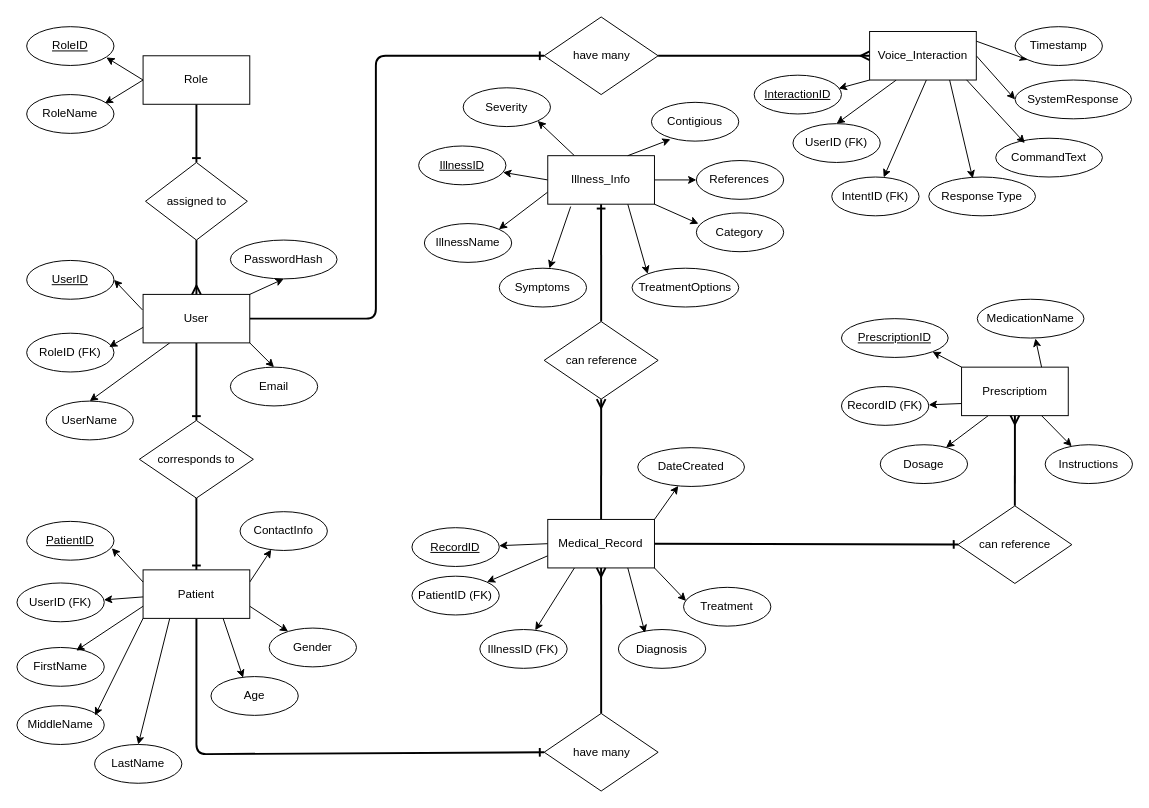
Earlier version of the draw.io diagram MediHelp/src/entity-relationship-diagram/medihelp.drawio (BlueXhima/MediHelp). Source tidied: cells renumbered, new cells numbered last; positions are measured from the earlier drawing's top-left corner, leaving out a move shared by most shapes. Both pictures are drawn from the tidied source at 97%, with x=0, y=0 at pixel (16, 16).
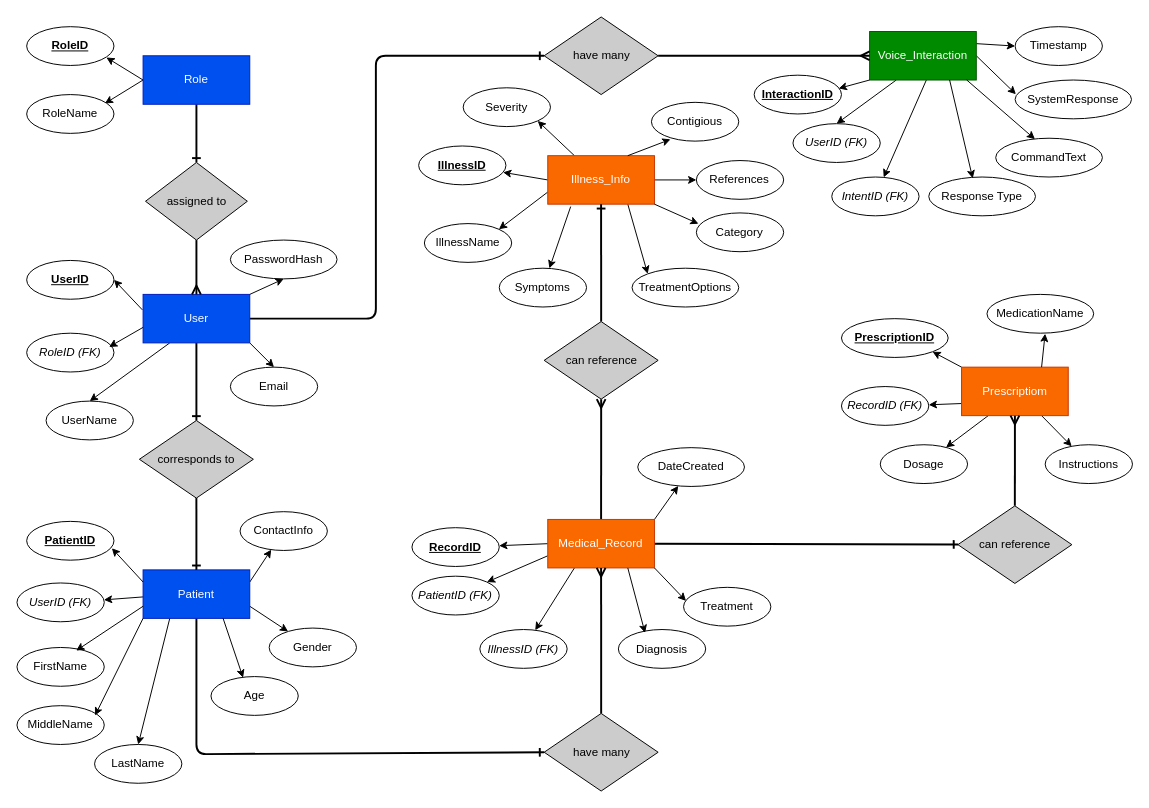
The same page after the edit.

Commit message (it also covers changes not shown here):
Adding colors for Entity Attributes and Relationship

Pa-check kung oks lang yung colors. Tas pacheck narin system if may nagkaligtaan tayong entities at attributes na ilagay.

Unchanged cells that the change refers to:
```xml
<mxCell id="91" value="CommandText" style="ellipse;whiteSpace=wrap;html=1;align=center;" parent="1" vertex="1">
  <mxGeometry x="1009" y="125" width="110" height="40" as="geometry" />
</mxCell>
<mxCell id="92" value="SystemResponse" style="ellipse;whiteSpace=wrap;html=1;align=center;" parent="1" vertex="1">
  <mxGeometry x="1029" y="65" width="120" height="40" as="geometry" />
</mxCell>
<mxCell id="93" value="Timestamp" style="ellipse;whiteSpace=wrap;html=1;align=center;" parent="1" vertex="1">
  <mxGeometry x="1029" y="10" width="90" height="40" as="geometry" />
</mxCell>
```

The edit, as a diff of the source:
```diff
@@
-    <mxCell id="4" value="Role" style="rounded=0;whiteSpace=wrap;html=1;fontFamily=Helvetica;" parent="1" vertex="1">
+    <mxCell id="4" value="Role" style="rounded=0;whiteSpace=wrap;html=1;fontFamily=Helvetica;fillColor=#0050ef;strokeColor=#001DBC;fontColor=#ffffff;" parent="1" vertex="1">
       <mxGeometry x="130" y="40" width="110" height="50" as="geometry" />
     </mxCell>
-    <mxCell id="5" value="&lt;u&gt;RoleID&lt;/u&gt;" style="ellipse;whiteSpace=wrap;html=1;" parent="1" vertex="1">
+    <mxCell id="5" value="&lt;u&gt;RoleID&lt;/u&gt;" style="ellipse;whiteSpace=wrap;html=1;fontStyle=1;" parent="1" vertex="1">
       <mxGeometry x="10" y="10" width="90" height="40" as="geometry" />
     </mxCell>
@@
-    <mxCell id="13" value="User" style="rounded=0;whiteSpace=wrap;html=1;fontFamily=Helvetica;" parent="1" vertex="1">
+    <mxCell id="13" value="User" style="rounded=0;whiteSpace=wrap;html=1;fontFamily=Helvetica;fillColor=#0050ef;fontColor=#ffffff;strokeColor=#001DBC;" parent="1" vertex="1">
       <mxGeometry x="130" y="286" width="110" height="50" as="geometry" />
     </mxCell>
-    <mxCell id="14" value="&lt;u&gt;UserID&lt;/u&gt;" style="ellipse;whiteSpace=wrap;html=1;" parent="1" vertex="1">
+    <mxCell id="14" value="&lt;u&gt;UserID&lt;/u&gt;" style="ellipse;whiteSpace=wrap;html=1;fontStyle=1;" parent="1" vertex="1">
       <mxGeometry x="10" y="251" width="90" height="40" as="geometry" />
     </mxCell>
@@
-    <mxCell id="18" value="RoleID (FK)" style="ellipse;whiteSpace=wrap;html=1;" parent="1" vertex="1">
+    <mxCell id="18" value="RoleID (FK)" style="ellipse;whiteSpace=wrap;html=1;fontStyle=2;" parent="1" vertex="1">
       <mxGeometry x="10" y="326" width="90" height="40" as="geometry" />
     </mxCell>
@@
-    <mxCell id="24" value="Patient" style="rounded=0;whiteSpace=wrap;html=1;fontFamily=Helvetica;" parent="1" vertex="1">
+    <mxCell id="24" value="Patient" style="rounded=0;whiteSpace=wrap;html=1;fontFamily=Helvetica;fillColor=#0050ef;fontColor=#ffffff;strokeColor=#001DBC;" parent="1" vertex="1">
       <mxGeometry x="130" y="570" width="110" height="50" as="geometry" />
     </mxCell>
-    <mxCell id="25" value="&lt;u&gt;PatientID&lt;/u&gt;" style="ellipse;whiteSpace=wrap;html=1;" parent="1" vertex="1">
+    <mxCell id="25" value="&lt;u&gt;PatientID&lt;/u&gt;" style="ellipse;whiteSpace=wrap;html=1;fontStyle=1;" parent="1" vertex="1">
       <mxGeometry x="10" y="520" width="90" height="40" as="geometry" />
     </mxCell>
-    <mxCell id="26" value="UserID (FK)" style="ellipse;whiteSpace=wrap;html=1;" parent="1" vertex="1">
+    <mxCell id="26" value="UserID (FK)" style="ellipse;whiteSpace=wrap;html=1;fontStyle=2;" parent="1" vertex="1">
       <mxGeometry y="583.5" width="90" height="40" as="geometry" />
     </mxCell>
@@
-    <mxCell id="37" value="Medical_Record" style="rounded=0;whiteSpace=wrap;html=1;fontFamily=Helvetica;" parent="1" vertex="1">
+    <mxCell id="37" value="Medical_Record" style="rounded=0;whiteSpace=wrap;html=1;fontFamily=Helvetica;fillColor=#fa6800;fontColor=#FFFFFF;strokeColor=#C73500;" parent="1" vertex="1">
       <mxGeometry x="547.2" y="518" width="110" height="50" as="geometry" />
     </mxCell>
-    <mxCell id="38" value="&lt;u&gt;RecordID&lt;/u&gt;" style="ellipse;whiteSpace=wrap;html=1;" parent="1" vertex="1">
+    <mxCell id="38" value="&lt;u&gt;RecordID&lt;/u&gt;" style="ellipse;whiteSpace=wrap;html=1;fontStyle=1;" parent="1" vertex="1">
       <mxGeometry x="407.2" y="526.5" width="90" height="40" as="geometry" />
     </mxCell>
-    <mxCell id="39" value="PatientID (FK)" style="ellipse;whiteSpace=wrap;html=1;" parent="1" vertex="1">
+    <mxCell id="39" value="PatientID (FK)" style="ellipse;whiteSpace=wrap;html=1;fontStyle=2;" parent="1" vertex="1">
       <mxGeometry x="407.2" y="576.5" width="90" height="40" as="geometry" />
     </mxCell>
-    <mxCell id="40" value="IllnessID (FK)" style="ellipse;whiteSpace=wrap;html=1;" parent="1" vertex="1">
+    <mxCell id="40" value="IllnessID (FK)" style="ellipse;whiteSpace=wrap;html=1;fontStyle=2;" parent="1" vertex="1">
       <mxGeometry x="477.2" y="631.5" width="90" height="40" as="geometry" />
     </mxCell>
@@
-    <mxCell id="50" value="Illness_Info" style="rounded=0;whiteSpace=wrap;html=1;fontFamily=Helvetica;" parent="1" vertex="1">
+    <mxCell id="50" value="Illness_Info" style="rounded=0;whiteSpace=wrap;html=1;fontFamily=Helvetica;fillColor=#fa6800;fontColor=#FFFFFF;strokeColor=#C73500;" parent="1" vertex="1">
       <mxGeometry x="547.2" y="143" width="110" height="50" as="geometry" />
     </mxCell>
-    <mxCell id="51" value="&lt;u&gt;IllnessID&lt;/u&gt;" style="ellipse;whiteSpace=wrap;html=1;" parent="1" vertex="1">
+    <mxCell id="51" value="&lt;u&gt;IllnessID&lt;/u&gt;" style="ellipse;whiteSpace=wrap;html=1;fontStyle=1;" parent="1" vertex="1">
       <mxGeometry x="414.1" y="133" width="90" height="40" as="geometry" />
     </mxCell>
@@
-    <mxCell id="65" value="Prescriptiom" style="rounded=0;whiteSpace=wrap;html=1;fontFamily=Helvetica;" parent="1" vertex="1">
+    <mxCell id="65" value="Prescriptiom" style="rounded=0;whiteSpace=wrap;html=1;fontFamily=Helvetica;fillColor=#fa6800;fontColor=#FFFFFF;strokeColor=#C73500;" parent="1" vertex="1">
       <mxGeometry x="973.8" y="361" width="110" height="50" as="geometry" />
     </mxCell>
-    <mxCell id="66" value="&lt;u&gt;PrescriptionID&lt;/u&gt;" style="ellipse;whiteSpace=wrap;html=1;" parent="1" vertex="1">
+    <mxCell id="66" value="&lt;u&gt;PrescriptionID&lt;/u&gt;" style="ellipse;whiteSpace=wrap;html=1;fontStyle=1;" parent="1" vertex="1">
       <mxGeometry x="850" y="311" width="110" height="40" as="geometry" />
     </mxCell>
-    <mxCell id="67" value="RecordID (FK)" style="ellipse;whiteSpace=wrap;html=1;" parent="1" vertex="1">
+    <mxCell id="67" value="RecordID (FK)" style="ellipse;whiteSpace=wrap;html=1;fontStyle=2;" parent="1" vertex="1">
       <mxGeometry x="850" y="381" width="90" height="40" as="geometry" />
     </mxCell>
     <mxCell id="68" value="MedicationName" style="ellipse;whiteSpace=wrap;html=1;" parent="1" vertex="1">
-      <mxGeometry x="990" y="291" width="110" height="40" as="geometry" />
+      <mxGeometry x="1000" y="286" width="110" height="40" as="geometry" />
     </mxCell>
@@
-    <mxCell id="73" value="assigned to" style="rhombus;whiteSpace=wrap;html=1;" parent="1" vertex="1">
+    <mxCell id="73" value="assigned to" style="rhombus;whiteSpace=wrap;html=1;fillColor=#CCCCCC;" parent="1" vertex="1">
       <mxGeometry x="132.5" y="150" width="105" height="80" as="geometry" />
     </mxCell>
@@
-    <mxCell id="75" value="corresponds to" style="rhombus;whiteSpace=wrap;html=1;" parent="1" vertex="1">
+    <mxCell id="75" value="corresponds to" style="rhombus;whiteSpace=wrap;html=1;fillColor=#CCCCCC;" parent="1" vertex="1">
       <mxGeometry x="126.2" y="416" width="117.5" height="80" as="geometry" />
     </mxCell>
@@
-    <mxCell id="78" value="have many" style="rhombus;whiteSpace=wrap;html=1;" parent="1" vertex="1">
+    <mxCell id="78" value="have many" style="rhombus;whiteSpace=wrap;html=1;fillColor=#CCCCCC;" parent="1" vertex="1">
       <mxGeometry x="543.5" y="718" width="117.5" height="80" as="geometry" />
     </mxCell>
@@
-    <mxCell id="80" value="can reference" style="rhombus;whiteSpace=wrap;html=1;" parent="1" vertex="1">
+    <mxCell id="80" value="can reference" style="rhombus;whiteSpace=wrap;html=1;fillColor=#CCCCCC;" parent="1" vertex="1">
       <mxGeometry x="543.5" y="314" width="117.5" height="80" as="geometry" />
     </mxCell>
@@
-    <mxCell id="82" value="can reference" style="rhombus;whiteSpace=wrap;html=1;" parent="1" vertex="1">
+    <mxCell id="82" value="can reference" style="rhombus;whiteSpace=wrap;html=1;fillColor=#CCCCCC;" parent="1" vertex="1">
       <mxGeometry x="970" y="504" width="117.5" height="80" as="geometry" />
     </mxCell>
@@
-    <mxCell id="84" style="edgeStyle=none;html=1;exitX=1;exitY=0.5;exitDx=0;exitDy=0;entryX=0;entryY=0.5;entryDx=0;entryDy=0;" parent="1" edge="1" source="87" target="92">
+    <mxCell id="84" style="edgeStyle=none;html=1;exitX=1;exitY=0.5;exitDx=0;exitDy=0;entryX=0.007;entryY=0.366;entryDx=0;entryDy=0;entryPerimeter=0;" parent="1" edge="1" source="87" target="92">
       <mxGeometry relative="1" as="geometry" />
     </mxCell>
+    <mxCell id="86" style="edgeStyle=none;html=1;exitX=0.25;exitY=1;exitDx=0;exitDy=0;entryX=0.5;entryY=0;entryDx=0;entryDy=0;" parent="1" edge="1" source="87" target="89">
+      <mxGeometry relative="1" as="geometry" />
+    </mxCell>
-    <mxCell id="85" style="edgeStyle=none;html=1;exitX=0.75;exitY=0;exitDx=0;exitDy=0;entryX=0;entryY=1;entryDx=0;entryDy=0;" parent="1" edge="1" source="87" target="93">
+    <mxCell id="85" style="edgeStyle=none;html=1;exitX=1;exitY=0.25;exitDx=0;exitDy=0;entryX=0;entryY=0.5;entryDx=0;entryDy=0;" parent="1" edge="1" source="87" target="93">
       <mxGeometry relative="1" as="geometry" />
     </mxCell>
-    <mxCell id="86" style="edgeStyle=none;html=1;exitX=0.25;exitY=1;exitDx=0;exitDy=0;entryX=0.5;entryY=0;entryDx=0;entryDy=0;" parent="1" edge="1" source="87" target="89">
-      <mxGeometry relative="1" as="geometry" />
-    </mxCell>
-    <mxCell id="87" value="Voice_Interaction" style="rounded=0;whiteSpace=wrap;html=1;fontFamily=Helvetica;" parent="1" vertex="1">
+    <mxCell id="87" value="Voice_Interaction" style="rounded=0;whiteSpace=wrap;html=1;fontFamily=Helvetica;fillColor=#008a00;fontColor=#ffffff;strokeColor=#005700;" parent="1" vertex="1">
       <mxGeometry x="879" y="15" width="110" height="50" as="geometry" />
     </mxCell>
-    <mxCell id="88" value="&lt;u&gt;InteractionID&lt;/u&gt;" style="ellipse;whiteSpace=wrap;html=1;" parent="1" vertex="1">
+    <mxCell id="88" value="&lt;u&gt;InteractionID&lt;/u&gt;" style="ellipse;whiteSpace=wrap;html=1;fontStyle=1;" parent="1" vertex="1">
       <mxGeometry x="760" y="60" width="90" height="40" as="geometry" />
     </mxCell>
-    <mxCell id="89" value="UserID (FK)" style="ellipse;whiteSpace=wrap;html=1;" parent="1" vertex="1">
+    <mxCell id="89" value="UserID (FK)" style="ellipse;whiteSpace=wrap;html=1;fontStyle=2;" parent="1" vertex="1">
       <mxGeometry x="800" y="110" width="90" height="40" as="geometry" />
     </mxCell>
-    <mxCell id="90" value="IntentID (FK)" style="ellipse;whiteSpace=wrap;html=1;" parent="1" vertex="1">
+    <mxCell id="90" value="IntentID (FK)" style="ellipse;whiteSpace=wrap;html=1;fontStyle=2;" parent="1" vertex="1">
       <mxGeometry x="840" y="165" width="90" height="40" as="geometry" />
     </mxCell>
@@
-    <mxCell id="94" style="edgeStyle=none;html=1;exitX=0.909;exitY=0.997;exitDx=0;exitDy=0;entryX=0.273;entryY=0.125;entryDx=0;entryDy=0;entryPerimeter=0;exitPerimeter=0;" parent="1" edge="1" source="87" target="91">
+    <mxCell id="94" style="edgeStyle=none;html=1;exitX=0.909;exitY=0.997;exitDx=0;exitDy=0;entryX=0.368;entryY=0.025;entryDx=0;entryDy=0;entryPerimeter=0;exitPerimeter=0;" parent="1" edge="1" source="87" target="91">
       <mxGeometry relative="1" as="geometry" />
     </mxCell>
@@
-    <mxCell id="96" value="have many" style="rhombus;whiteSpace=wrap;html=1;" parent="1" vertex="1">
+    <mxCell id="96" value="have many" style="rhombus;whiteSpace=wrap;html=1;fillColor=#CCCCCC;" parent="1" vertex="1">
       <mxGeometry x="543.5" width="117.5" height="80" as="geometry" />
     </mxCell>
```
